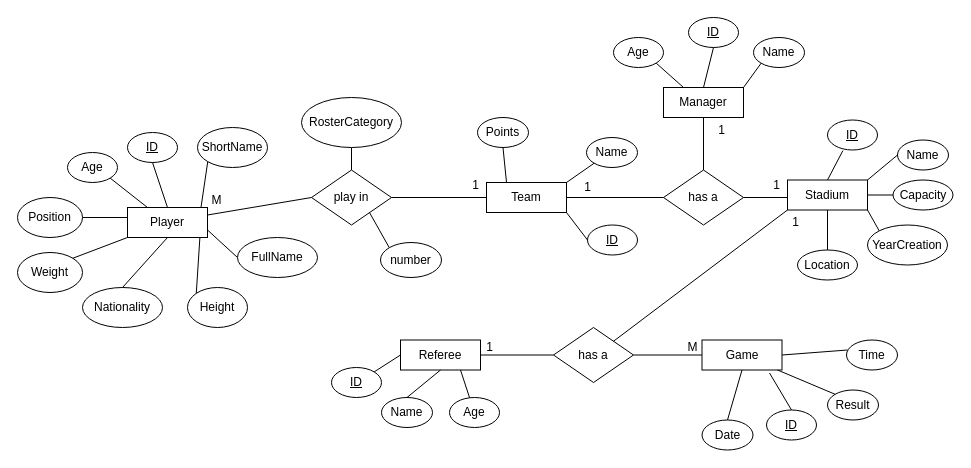
Before: DER.drawio in jpls10190/DatabaseMLS, a draw.io diagram. Source tidied: cells renumbered, new cells numbered last; positions are measured from the earlier drawing's top-left corner, leaving out a move shared by most shapes. Both pictures are drawn from the tidied source at 100%, with x=0, y=0 at pixel (17, 17).
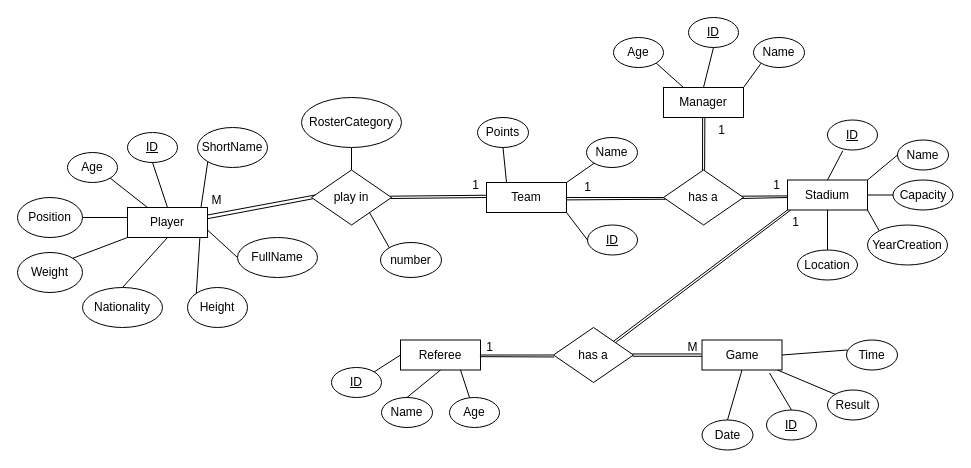
The same diagram, later.

The change refers to these unchanged cells:
```xml
<mxCell id="2" value="Player" style="rounded=0;whiteSpace=wrap;html=1;" parent="1" vertex="1">
  <mxGeometry x="110" y="190" width="80" height="30" as="geometry" />
</mxCell>
<mxCell id="3" value="Team" style="rounded=0;whiteSpace=wrap;html=1;" parent="1" vertex="1">
  <mxGeometry x="469" y="165" width="80" height="30" as="geometry" />
</mxCell>
<mxCell id="4" value="Game" style="rounded=0;whiteSpace=wrap;html=1;" parent="1" vertex="1">
  <mxGeometry x="684.5" y="322.5" width="80" height="30" as="geometry" />
</mxCell>
<mxCell id="5" value="Stadium" style="rounded=0;whiteSpace=wrap;html=1;" parent="1" vertex="1">
  <mxGeometry x="770" y="162.5" width="80" height="30" as="geometry" />
</mxCell>
<mxCell id="6" value="Referee" style="rounded=0;whiteSpace=wrap;html=1;" parent="1" vertex="1">
  <mxGeometry x="383" y="322.5" width="80" height="30" as="geometry" />
</mxCell>
<mxCell id="7" value="Manager" style="rounded=0;whiteSpace=wrap;html=1;" parent="1" vertex="1">
  <mxGeometry x="646" y="70" width="80" height="30" as="geometry" />
</mxCell>
<mxCell id="60" value="play in" style="rhombus;whiteSpace=wrap;html=1;" parent="1" vertex="1">
  <mxGeometry x="294" y="152.5" width="80" height="55" as="geometry" />
</mxCell>
<mxCell id="69" value="has a" style="rhombus;whiteSpace=wrap;html=1;" parent="1" vertex="1">
  <mxGeometry x="646" y="152.5" width="80" height="55" as="geometry" />
</mxCell>
<mxCell id="75" value="has a" style="rhombus;whiteSpace=wrap;html=1;" parent="1" vertex="1">
  <mxGeometry x="536" y="310" width="80" height="55" as="geometry" />
</mxCell>
<mxCell id="79" value="M" style="text;html=1;align=center;verticalAlign=middle;whiteSpace=wrap;rounded=0;" parent="1" vertex="1">
  <mxGeometry x="665.5" y="322.5" width="19" height="15" as="geometry" />
</mxCell>
```

The edit, as a diff of the source:
```diff
@@
-    <mxCell id="61" style="endArrow=none;html=1;rounded=0;entryX=0;entryY=0.5;entryDx=0;entryDy=0;exitX=1;exitY=0.25;exitDx=0;exitDy=0;" parent="1" edge="1" source="2" target="60">
+    <mxCell id="61" style="endArrow=none;html=1;rounded=0;entryX=0.046;entryY=0.454;entryDx=0;entryDy=0;exitX=1;exitY=0.25;exitDx=0;exitDy=0;entryPerimeter=0;" parent="1" edge="1" source="2" target="60">
       <mxGeometry relative="1" as="geometry" />
     </mxCell>
-    <mxCell id="62" style="endArrow=none;html=1;rounded=0;entryX=0;entryY=0.5;entryDx=0;entryDy=0;exitX=1;exitY=0.5;exitDx=0;exitDy=0;" parent="1" edge="1" source="60" target="3">
+    <mxCell id="62" style="endArrow=none;html=1;rounded=0;entryX=-0.008;entryY=0.425;entryDx=0;entryDy=0;exitX=0.984;exitY=0.476;exitDx=0;exitDy=0;exitPerimeter=0;entryPerimeter=0;" parent="1" edge="1" source="60" target="3">
       <mxGeometry relative="1" as="geometry" />
     </mxCell>
@@
-    <mxCell id="71" style="endArrow=none;html=1;rounded=0;entryX=0;entryY=0.583;entryDx=0;entryDy=0;exitX=1;exitY=0.5;exitDx=0;exitDy=0;entryPerimeter=0;" parent="1" edge="1" source="69" target="5">
+    <mxCell id="71" style="endArrow=none;html=1;rounded=0;entryX=-0.006;entryY=0.53;entryDx=0;entryDy=0;exitX=0.98;exitY=0.476;exitDx=0;exitDy=0;entryPerimeter=0;exitPerimeter=0;" parent="1" edge="1" source="69" target="5">
       <mxGeometry relative="1" as="geometry" />
     </mxCell>
@@
-    <mxCell id="74" style="endArrow=none;html=1;rounded=0;entryX=0.5;entryY=1;entryDx=0;entryDy=0;exitX=0.5;exitY=0;exitDx=0;exitDy=0;" parent="1" edge="1" source="69" target="7">
+    <mxCell id="74" style="endArrow=none;html=1;rounded=0;entryX=0.489;entryY=1.004;entryDx=0;entryDy=0;exitX=0.488;exitY=0.006;exitDx=0;exitDy=0;exitPerimeter=0;entryPerimeter=0;" parent="1" edge="1" source="69" target="7">
       <mxGeometry relative="1" as="geometry" />
     </mxCell>
@@
-    <mxCell id="77" style="endArrow=none;html=1;rounded=0;entryX=0;entryY=0.5;entryDx=0;entryDy=0;exitX=1;exitY=0.5;exitDx=0;exitDy=0;" parent="1" edge="1" source="75" target="4">
+    <mxCell id="77" style="endArrow=none;html=1;rounded=0;entryX=0.968;entryY=0.93;entryDx=0;entryDy=0;exitX=0.986;exitY=0.481;exitDx=0;exitDy=0;exitPerimeter=0;entryPerimeter=0;" parent="1" edge="1" source="75" target="79">
       <mxGeometry relative="1" as="geometry" />
     </mxCell>
@@
+    <mxCell id="83" style="endArrow=none;html=1;rounded=0;entryX=0.015;entryY=0.524;entryDx=0;entryDy=0;exitX=0.993;exitY=0.377;exitDx=0;exitDy=0;exitPerimeter=0;entryPerimeter=0;" parent="1" edge="1" source="2" target="60">
+      <mxGeometry relative="1" as="geometry" />
+    </mxCell>
+    <mxCell id="84" style="endArrow=none;html=1;rounded=0;entryX=0;entryY=0.5;entryDx=0;entryDy=0;exitX=0.984;exitY=0.476;exitDx=0;exitDy=0;exitPerimeter=0;" parent="1" edge="1" target="3">
+      <mxGeometry relative="1" as="geometry">
+        <mxPoint x="373" y="181" as="sourcePoint" />
+      </mxGeometry>
+    </mxCell>
+    <mxCell id="85" style="endArrow=none;html=1;rounded=0;entryX=0.027;entryY=0.532;entryDx=0;entryDy=0;exitX=1;exitY=0.5;exitDx=0;exitDy=0;entryPerimeter=0;" parent="1" edge="1" target="69">
+      <mxGeometry relative="1" as="geometry">
+        <mxPoint x="549" y="182.4" as="sourcePoint" />
+      </mxGeometry>
+    </mxCell>
+    <mxCell id="86" style="endArrow=none;html=1;rounded=0;entryX=-0.006;entryY=0.53;entryDx=0;entryDy=0;exitX=0.98;exitY=0.476;exitDx=0;exitDy=0;entryPerimeter=0;exitPerimeter=0;" parent="1" edge="1">
+      <mxGeometry relative="1" as="geometry">
+        <mxPoint x="724" y="181" as="sourcePoint" />
+        <mxPoint x="770" y="180" as="targetPoint" />
+      </mxGeometry>
+    </mxCell>
+    <mxCell id="87" style="endArrow=none;html=1;rounded=0;entryX=0.517;entryY=1.002;entryDx=0;entryDy=0;exitX=0.514;exitY=0.004;exitDx=0;exitDy=0;exitPerimeter=0;entryPerimeter=0;" parent="1" edge="1" source="69" target="7">
+      <mxGeometry relative="1" as="geometry" />
+    </mxCell>
+    <mxCell id="88" style="endArrow=none;html=1;rounded=0;entryX=0.001;entryY=0.543;entryDx=0;entryDy=0;exitX=0.992;exitY=0.523;exitDx=0;exitDy=0;exitPerimeter=0;entryPerimeter=0;" parent="1" edge="1" source="75" target="4">
+      <mxGeometry relative="1" as="geometry" />
+    </mxCell>
+    <mxCell id="89" style="endArrow=none;html=1;rounded=0;entryX=0.036;entryY=1.009;entryDx=0;entryDy=0;exitX=0.776;exitY=0.274;exitDx=0;exitDy=0;exitPerimeter=0;entryPerimeter=0;" parent="1" edge="1" source="75" target="5">
+      <mxGeometry relative="1" as="geometry" />
+    </mxCell>
+    <mxCell id="90" style="endArrow=none;html=1;rounded=0;entryX=0.009;entryY=0.536;entryDx=0;entryDy=0;exitX=0.992;exitY=0.555;exitDx=0;exitDy=0;entryPerimeter=0;exitPerimeter=0;" parent="1" edge="1" source="6" target="75">
+      <mxGeometry relative="1" as="geometry" />
+    </mxCell>
```
